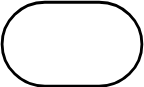
Rihosepp-40B/TarkvaraArendusprotsess keeps this draw.io diagram as pildid/Voodiagrammi_algus_lopp.svg. Above is the earlier version. Source tidied: cells renumbered, new cells last; positions are measured from the earlier drawing's top-left corner, leaving out a move shared by most shapes. Source of this version:
```xml
<mxGraphModel>
  <root>
    <mxCell id="0" />
    <mxCell id="1" parent="0" />
    <mxCell id="2" style="strokeWidth=2;html=1;shape=mxgraph.flowchart.terminator;whiteSpace=wrap;strokeColor=light-dark(#000000,#D4AF37);fillColor=none;" parent="1" vertex="1">
      <mxGeometry width="100" height="60" as="geometry" />
    </mxCell>
  </root>
</mxGraphModel>
```
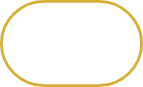
The same file after the commit.

Change to the diagram source:
```diff
@@ -2,7 +2,7 @@
   <root>
     <mxCell id="0" />
     <mxCell id="1" parent="0" />
-    <mxCell id="2" style="strokeWidth=2;html=1;shape=mxgraph.flowchart.terminator;whiteSpace=wrap;strokeColor=light-dark(#000000,#D4AF37);fillColor=none;" parent="1" vertex="1">
+    <mxCell id="2" style="strokeWidth=2;html=1;shape=mxgraph.flowchart.terminator;whiteSpace=wrap;strokeColor=light-dark(#D4AF37,#D4AF37);fillColor=none;" parent="1" vertex="1">
       <mxGeometry width="100" height="60" as="geometry" />
     </mxCell>
   </root>
```
